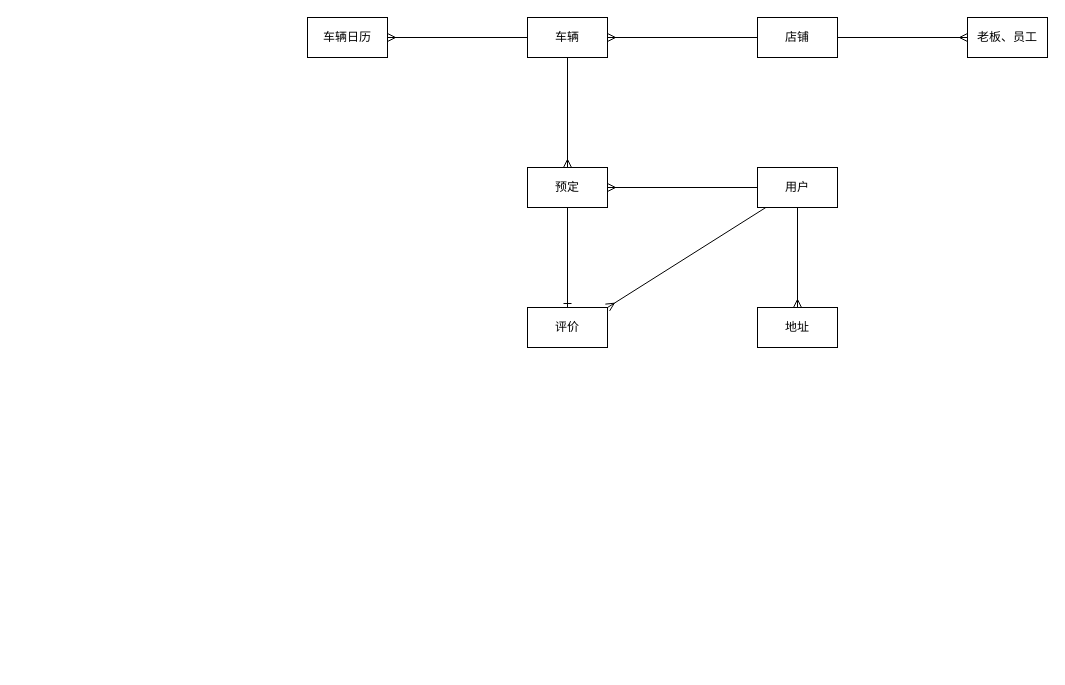
smalldragon1997/draw-file keeps this draw.io diagram as 汽车租赁/汽车租赁-数据库设计.drawio. Above is the earlier version. Source tidied: cells renumbered, new cells numbered last; positions are measured from the earlier drawing's top-left corner, leaving out a move shared by most shapes. Both pictures are drawn from the tidied source at 100%, with x=0, y=0 at pixel (307, 17).
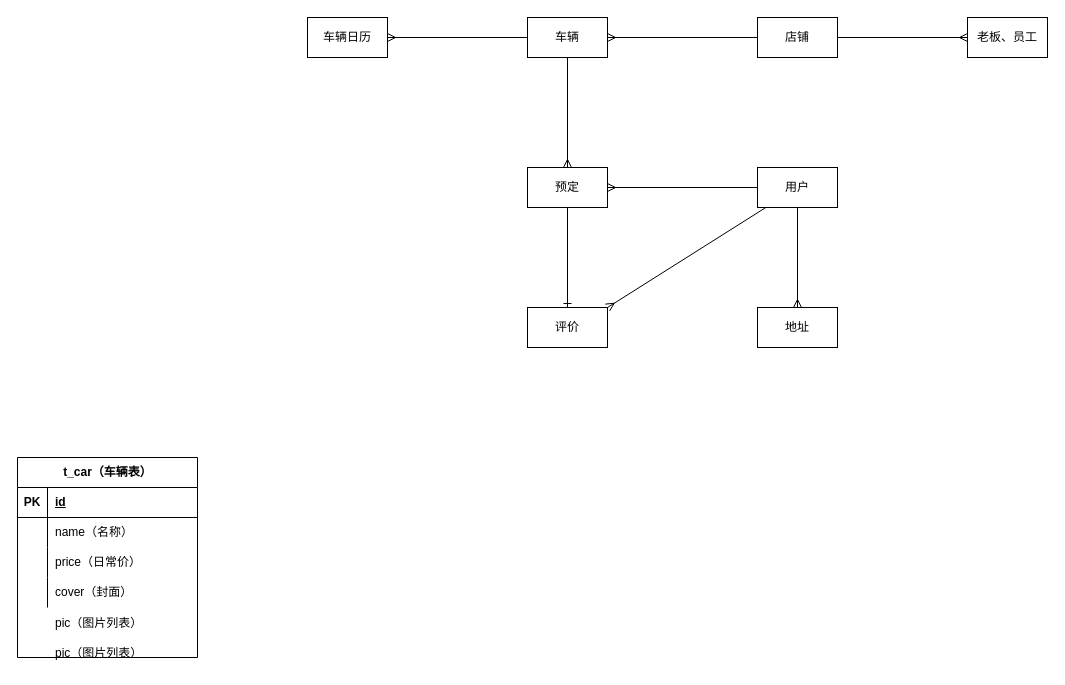
The same page after the edit.

Commit message:
更新汽车租赁-数据库设计.drawio

The edit, as a diff of the source:
```diff
@@
+    <mxCell id="18" value="t_car（车辆表）" style="shape=table;startSize=30;childLayout=tableLayout;rowLines=0;fontStyle=1;align=center;html=1;" parent="1" vertex="1">
+      <mxGeometry x="-290" y="440" width="180" height="200" as="geometry" />
+    </mxCell>
+    <mxCell id="19" style="shape=tableRow;horizontal=0;startSize=0;swimlaneHead=0;swimlaneBody=0;fillColor=none;top=0;left=0;right=0;bottom=1;" parent="18" vertex="1">
+      <mxGeometry y="30" width="180" height="30" as="geometry" />
+    </mxCell>
+    <mxCell id="20" value="PK" style="shape=partialRectangle;fillColor=none;top=0;left=0;bottom=0;right=0;fontStyle=1;overflow=hidden;whiteSpace=wrap;html=1;" parent="19" vertex="1">
+      <mxGeometry width="30" height="30" as="geometry" />
+    </mxCell>
+    <mxCell id="21" value="id" style="shape=partialRectangle;fillColor=none;top=0;left=0;bottom=0;right=0;align=left;spacingLeft=6;fontStyle=5;overflow=hidden;whiteSpace=wrap;html=1;" parent="19" vertex="1">
+      <mxGeometry x="30" width="150" height="30" as="geometry" />
+    </mxCell>
+    <mxCell id="22" style="shape=tableRow;horizontal=0;startSize=0;swimlaneHead=0;swimlaneBody=0;fillColor=none;top=0;left=0;right=0;bottom=0;" parent="18" vertex="1">
+      <mxGeometry y="60" width="180" height="30" as="geometry" />
+    </mxCell>
+    <mxCell id="23" style="shape=partialRectangle;fillColor=none;top=0;left=0;bottom=0;right=0;overflow=hidden;whiteSpace=wrap;html=1;" parent="22" vertex="1">
+      <mxGeometry width="30" height="30" as="geometry" />
+    </mxCell>
+    <mxCell id="24" value="name（名称）" style="shape=partialRectangle;fillColor=none;top=0;left=0;bottom=0;right=0;align=left;spacingLeft=6;overflow=hidden;whiteSpace=wrap;html=1;" parent="22" vertex="1">
+      <mxGeometry x="30" width="150" height="30" as="geometry" />
+    </mxCell>
+    <mxCell id="25" style="shape=tableRow;horizontal=0;startSize=0;swimlaneHead=0;swimlaneBody=0;fillColor=none;top=0;left=0;right=0;bottom=0;" parent="18" vertex="1">
+      <mxGeometry y="90" width="180" height="30" as="geometry" />
+    </mxCell>
+    <mxCell id="26" style="shape=partialRectangle;fillColor=none;top=0;left=0;bottom=0;right=0;overflow=hidden;whiteSpace=wrap;html=1;" parent="25" vertex="1">
+      <mxGeometry width="30" height="30" as="geometry" />
+    </mxCell>
+    <mxCell id="27" value="price（日常价）" style="shape=partialRectangle;fillColor=none;top=0;left=0;bottom=0;right=0;align=left;spacingLeft=6;overflow=hidden;whiteSpace=wrap;html=1;" parent="25" vertex="1">
+      <mxGeometry x="30" width="150" height="30" as="geometry" />
+    </mxCell>
+    <mxCell id="28" style="shape=tableRow;horizontal=0;startSize=0;swimlaneHead=0;swimlaneBody=0;fillColor=none;top=0;left=0;right=0;bottom=0;" parent="18" vertex="1">
+      <mxGeometry y="120" width="180" height="30" as="geometry" />
+    </mxCell>
+    <mxCell id="29" style="shape=partialRectangle;fillColor=none;top=0;left=0;bottom=0;right=0;overflow=hidden;whiteSpace=wrap;html=1;" parent="28" vertex="1">
+      <mxGeometry width="30" height="30" as="geometry" />
+    </mxCell>
+    <mxCell id="30" value="cover（封面）" style="shape=partialRectangle;fillColor=none;top=0;left=0;bottom=0;right=0;align=left;spacingLeft=6;overflow=hidden;whiteSpace=wrap;html=1;" parent="28" vertex="1">
+      <mxGeometry x="30" width="150" height="30" as="geometry" />
+    </mxCell>
+    <mxCell id="31" style="shape=table;startSize=0;childLayout=tableLayout;rowLines=0;fontStyle=0;align=center;strokeColor=none;fillColor=none;whiteSpace=wrap;html=1;" parent="1" vertex="1">
+      <mxGeometry x="-290" y="590" width="180" height="30" as="geometry" />
+    </mxCell>
+    <mxCell id="32" style="shape=tableRow;horizontal=0;startSize=0;swimlaneHead=0;swimlaneBody=0;fillColor=none;top=0;left=0;right=0;bottom=0;" parent="31" vertex="1">
+      <mxGeometry width="180" height="30" as="geometry" />
+    </mxCell>
+    <mxCell id="33" style="shape=partialRectangle;fillColor=none;top=0;left=0;bottom=0;right=0;overflow=hidden;" parent="32" vertex="1">
+      <mxGeometry width="30" height="30" as="geometry" />
+    </mxCell>
+    <mxCell id="34" value="pic（图片列表）" style="shape=partialRectangle;fillColor=none;top=0;left=0;bottom=0;right=0;align=left;spacingLeft=6;overflow=hidden;" parent="32" vertex="1">
+      <mxGeometry x="30" width="150" height="30" as="geometry" />
+    </mxCell>
+    <mxCell id="35" style="shape=table;startSize=0;childLayout=tableLayout;rowLines=0;fontStyle=0;align=center;strokeColor=none;fillColor=none;whiteSpace=wrap;html=1;" parent="1" vertex="1">
+      <mxGeometry x="-290" y="620" width="180" height="30" as="geometry" />
+    </mxCell>
+    <mxCell id="36" style="shape=tableRow;horizontal=0;startSize=0;swimlaneHead=0;swimlaneBody=0;fillColor=none;top=0;left=0;right=0;bottom=0;" parent="35" vertex="1">
+      <mxGeometry width="180" height="30" as="geometry" />
+    </mxCell>
+    <mxCell id="37" style="shape=partialRectangle;fillColor=none;top=0;left=0;bottom=0;right=0;overflow=hidden;" parent="36" vertex="1">
+      <mxGeometry width="30" height="30" as="geometry" />
+    </mxCell>
+    <mxCell id="38" value="pic（图片列表）" style="shape=partialRectangle;fillColor=none;top=0;left=0;bottom=0;right=0;align=left;spacingLeft=6;overflow=hidden;" parent="36" vertex="1">
+      <mxGeometry x="30" width="150" height="30" as="geometry" />
+    </mxCell>
```
